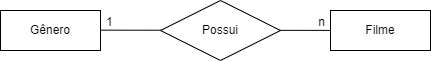
Earlier version of the draw.io export Diagramas/sprint-1-exercicio-1.0.drawio.png (MatheusMacedoDev/2023-S2-sprint-1-exercises). Source tidied: cells renumbered, new cells last; positions are measured from the earlier drawing's top-left corner, leaving out a move shared by most shapes. Source of this version:
```xml
<mxGraphModel>
  <root>
    <mxCell id="0" />
    <mxCell id="1" parent="0" />
    <mxCell id="2" value="Gênero" style="whiteSpace=wrap;html=1;align=center;" parent="1" vertex="1">
      <mxGeometry y="10" width="100" height="40" as="geometry" />
    </mxCell>
    <mxCell id="3" value="Filme" style="whiteSpace=wrap;html=1;align=center;" parent="1" vertex="1">
      <mxGeometry x="330" y="10" width="100" height="40" as="geometry" />
    </mxCell>
    <mxCell id="4" style="endArrow=none;html=1;rounded=0;entryX=0;entryY=0.5;entryDx=0;entryDy=0;" parent="1" edge="1">
      <mxGeometry relative="1" as="geometry">
        <mxPoint x="100" y="29.7" as="sourcePoint" />
        <mxPoint x="330" y="29.9" as="targetPoint" />
      </mxGeometry>
    </mxCell>
    <mxCell id="5" value="1" style="html=1;whiteSpace=wrap;align=left;verticalAlign=bottom;" parent="4" vertex="1">
      <mxGeometry x="-1" relative="1" as="geometry">
        <mxPoint x="4" as="offset" />
      </mxGeometry>
    </mxCell>
    <mxCell id="6" value="n" style="html=1;whiteSpace=wrap;align=right;verticalAlign=bottom;" parent="4" vertex="1">
      <mxGeometry x="1" relative="1" as="geometry">
        <mxPoint x="-4" as="offset" />
      </mxGeometry>
    </mxCell>
    <mxCell id="7" value="Possui" style="shape=rhombus;perimeter=rhombusPerimeter;whiteSpace=wrap;html=1;align=center;fillStyle=solid;" parent="1" vertex="1">
      <mxGeometry x="160" width="120" height="60" as="geometry" />
    </mxCell>
  </root>
</mxGraphModel>
```
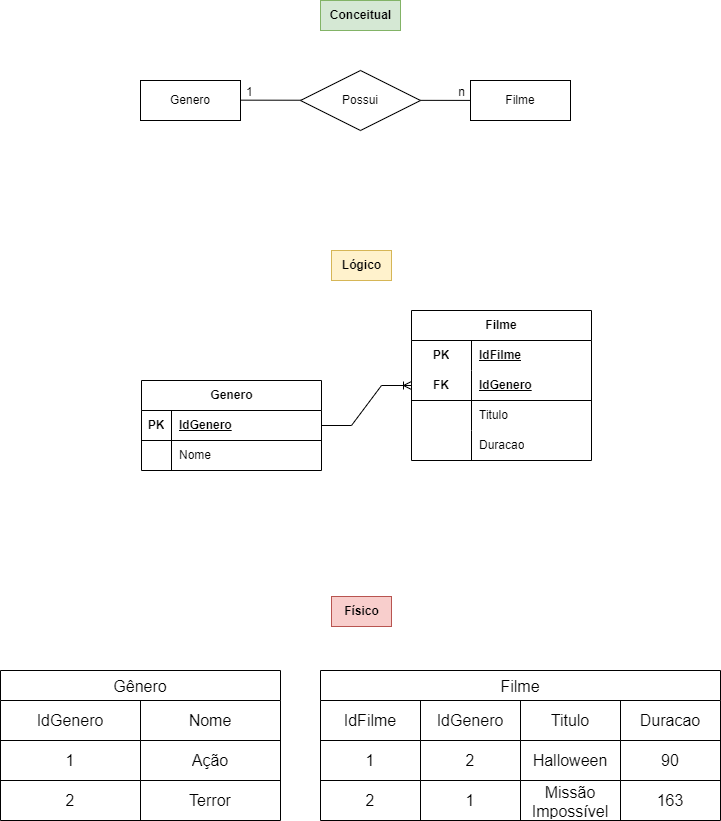
The same file after the commit.

Diff of the diagram source:
```diff
@@ -2,7 +2,7 @@
   <root>
     <mxCell id="0" />
     <mxCell id="1" parent="0" />
-    <mxCell id="2" value="Gênero" style="whiteSpace=wrap;html=1;align=center;" parent="1" vertex="1">
+    <mxCell id="2" value="Genero" style="whiteSpace=wrap;html=1;align=center;" parent="1" vertex="1">
       <mxGeometry y="10" width="100" height="40" as="geometry" />
     </mxCell>
     <mxCell id="3" value="Filme" style="whiteSpace=wrap;html=1;align=center;" parent="1" vertex="1">
@@ -27,5 +27,155 @@
     <mxCell id="7" value="Possui" style="shape=rhombus;perimeter=rhombusPerimeter;whiteSpace=wrap;html=1;align=center;fillStyle=solid;" parent="1" vertex="1">
       <mxGeometry x="160" width="120" height="60" as="geometry" />
     </mxCell>
+    <mxCell id="8" value="Filme" style="shape=table;startSize=30;rowLines=0;fontStyle=1;align=center;html=1;whiteSpace=wrap;" parent="1" vertex="1">
+      <mxGeometry x="271" y="240" width="180" height="150" as="geometry" />
+    </mxCell>
+    <mxCell id="9" style="shape=tableRow;horizontal=0;startSize=0;swimlaneHead=0;swimlaneBody=0;fillColor=none;top=0;left=0;right=0;bottom=0;html=1;" parent="8" vertex="1">
+      <mxGeometry y="30" width="180" height="30" as="geometry" />
+    </mxCell>
+    <mxCell id="10" value="PK" style="shape=partialRectangle;fillColor=none;top=0;left=0;bottom=0;right=0;fontStyle=1;overflow=hidden;html=1;whiteSpace=wrap;" parent="9" vertex="1">
+      <mxGeometry width="60" height="30" as="geometry" />
+    </mxCell>
+    <mxCell id="11" value="IdFilme" style="shape=partialRectangle;fillColor=none;top=0;left=0;bottom=0;right=0;align=left;spacingLeft=6;fontStyle=5;overflow=hidden;html=1;whiteSpace=wrap;" parent="9" vertex="1">
+      <mxGeometry x="60" width="120" height="30" as="geometry" />
+    </mxCell>
+    <mxCell id="12" style="shape=tableRow;horizontal=0;startSize=0;swimlaneHead=0;swimlaneBody=0;fillColor=none;points=[[0,0.5],[1,0.5]];portConstraint=eastwest;top=0;left=0;right=0;bottom=1;html=1;" parent="8" vertex="1">
+      <mxGeometry y="60" width="180" height="30" as="geometry" />
+    </mxCell>
+    <mxCell id="13" value="FK" style="shape=partialRectangle;fillColor=none;top=0;left=0;bottom=0;right=0;fontStyle=1;overflow=hidden;html=1;whiteSpace=wrap;" parent="12" vertex="1">
+      <mxGeometry width="60" height="30" as="geometry" />
+    </mxCell>
+    <mxCell id="14" value="IdGenero" style="shape=partialRectangle;fillColor=none;top=0;left=0;bottom=0;right=0;align=left;spacingLeft=6;fontStyle=5;overflow=hidden;html=1;whiteSpace=wrap;" parent="12" vertex="1">
+      <mxGeometry x="60" width="120" height="30" as="geometry" />
+    </mxCell>
+    <mxCell id="15" style="shape=tableRow;horizontal=0;startSize=0;swimlaneHead=0;swimlaneBody=0;fillColor=none;top=0;left=0;right=0;bottom=0;html=1;" parent="8" vertex="1">
+      <mxGeometry y="90" width="180" height="30" as="geometry" />
+    </mxCell>
+    <mxCell id="16" style="shape=partialRectangle;fillColor=none;top=0;left=0;bottom=0;right=0;overflow=hidden;html=1;whiteSpace=wrap;" parent="15" vertex="1">
+      <mxGeometry width="60" height="30" as="geometry" />
+    </mxCell>
+    <mxCell id="17" value="Titulo" style="shape=partialRectangle;fillColor=none;top=0;left=0;bottom=0;right=0;align=left;spacingLeft=6;overflow=hidden;html=1;whiteSpace=wrap;" parent="15" vertex="1">
+      <mxGeometry x="60" width="120" height="30" as="geometry" />
+    </mxCell>
+    <mxCell id="18" style="shape=tableRow;horizontal=0;startSize=0;swimlaneHead=0;swimlaneBody=0;fillColor=none;top=0;left=0;right=0;bottom=0;html=1;" parent="8" vertex="1">
+      <mxGeometry y="120" width="180" height="30" as="geometry" />
+    </mxCell>
+    <mxCell id="19" style="shape=partialRectangle;fillColor=none;top=0;left=0;bottom=0;right=0;overflow=hidden;html=1;whiteSpace=wrap;" parent="18" vertex="1">
+      <mxGeometry width="60" height="30" as="geometry" />
+    </mxCell>
+    <mxCell id="20" value="Duracao" style="shape=partialRectangle;fillColor=none;top=0;left=0;bottom=0;right=0;align=left;spacingLeft=6;overflow=hidden;html=1;whiteSpace=wrap;" parent="18" vertex="1">
+      <mxGeometry x="60" width="120" height="30" as="geometry" />
+    </mxCell>
+    <mxCell id="21" value="Genero" style="shape=table;startSize=30;rowLines=0;fontStyle=1;align=center;html=1;" parent="1" vertex="1">
+      <mxGeometry x="1" y="310" width="180" height="90" as="geometry" />
+    </mxCell>
+    <mxCell id="22" style="shape=tableRow;horizontal=0;startSize=0;swimlaneHead=0;swimlaneBody=0;fillColor=none;points=[[0,0.5],[1,0.5]];portConstraint=eastwest;top=0;left=0;right=0;bottom=1;" parent="21" vertex="1">
+      <mxGeometry y="30" width="180" height="30" as="geometry" />
+    </mxCell>
+    <mxCell id="23" value="PK" style="shape=partialRectangle;fillColor=none;top=0;left=0;bottom=0;right=0;fontStyle=1;overflow=hidden;whiteSpace=wrap;html=1;" parent="22" vertex="1">
+      <mxGeometry width="30" height="30" as="geometry" />
+    </mxCell>
+    <mxCell id="24" value="IdGenero" style="shape=partialRectangle;fillColor=none;top=0;left=0;bottom=0;right=0;align=left;spacingLeft=6;fontStyle=5;overflow=hidden;whiteSpace=wrap;html=1;" parent="22" vertex="1">
+      <mxGeometry x="30" width="150" height="30" as="geometry" />
+    </mxCell>
+    <mxCell id="25" style="shape=tableRow;horizontal=0;startSize=0;swimlaneHead=0;swimlaneBody=0;fillColor=none;top=0;left=0;right=0;bottom=0;" parent="21" vertex="1">
+      <mxGeometry y="60" width="180" height="30" as="geometry" />
+    </mxCell>
+    <mxCell id="26" style="shape=partialRectangle;fillColor=none;top=0;left=0;bottom=0;right=0;overflow=hidden;whiteSpace=wrap;html=1;" parent="25" vertex="1">
+      <mxGeometry width="30" height="30" as="geometry" />
+    </mxCell>
+    <mxCell id="27" value="Nome" style="shape=partialRectangle;fillColor=none;top=0;left=0;bottom=0;right=0;align=left;spacingLeft=6;overflow=hidden;whiteSpace=wrap;html=1;" parent="25" vertex="1">
+      <mxGeometry x="30" width="150" height="30" as="geometry" />
+    </mxCell>
+    <mxCell id="28" style="edgeStyle=entityRelationEdgeStyle;fontSize=12;html=1;endArrow=ERoneToMany;rounded=0;entryX=0;entryY=0.5;entryDx=0;entryDy=0;exitX=1;exitY=0.5;exitDx=0;exitDy=0;" parent="1" edge="1" source="22" target="12">
+      <mxGeometry relative="1" as="geometry" />
+    </mxCell>
+    <mxCell id="29" value="Conceitual" style="text;html=1;align=center;verticalAlign=middle;strokeColor=#82b366;fillColor=#d5e8d4;fontStyle=1;" parent="1" vertex="1">
+      <mxGeometry x="180" y="-70" width="80" height="30" as="geometry" />
+    </mxCell>
+    <mxCell id="30" value="Lógico" style="text;html=1;align=center;verticalAlign=middle;strokeColor=#d6b656;fillColor=#fff2cc;fontStyle=1;" parent="1" vertex="1">
+      <mxGeometry x="191" y="180" width="60" height="30" as="geometry" />
+    </mxCell>
+    <mxCell id="31" value="Físico" style="text;html=1;align=center;verticalAlign=middle;strokeColor=#b85450;fillColor=#f8cecc;fontStyle=1;" parent="1" vertex="1">
+      <mxGeometry x="191" y="526" width="60" height="30" as="geometry" />
+    </mxCell>
+    <mxCell id="32" value="Filme" style="shape=table;startSize=30;strokeColor=default;fontSize=16;" parent="1" vertex="1">
+      <mxGeometry x="180" y="600" width="400" height="150" as="geometry" />
+    </mxCell>
+    <mxCell id="33" style="shape=tableRow;horizontal=0;startSize=0;swimlaneHead=0;swimlaneBody=0;strokeColor=inherit;top=0;left=0;bottom=0;right=0;fillColor=none;fontSize=16;" parent="32" vertex="1">
+      <mxGeometry y="30" width="400" height="40" as="geometry" />
+    </mxCell>
+    <mxCell id="34" value="IdFilme" style="shape=partialRectangle;html=1;whiteSpace=wrap;strokeColor=inherit;overflow=hidden;fillColor=none;top=0;left=0;bottom=0;right=0;fontSize=16;" parent="33" vertex="1">
+      <mxGeometry width="100" height="40" as="geometry" />
+    </mxCell>
+    <mxCell id="35" value="IdGenero" style="shape=partialRectangle;html=1;whiteSpace=wrap;strokeColor=inherit;overflow=hidden;fillColor=none;top=0;left=0;bottom=0;right=0;fontSize=16;" parent="33" vertex="1">
+      <mxGeometry x="100" width="100" height="40" as="geometry" />
+    </mxCell>
+    <mxCell id="36" value="Titulo" style="shape=partialRectangle;html=1;whiteSpace=wrap;strokeColor=inherit;overflow=hidden;fillColor=none;top=0;left=0;bottom=0;right=0;fontSize=16;" parent="33" vertex="1">
+      <mxGeometry x="200" width="100" height="40" as="geometry" />
+    </mxCell>
+    <mxCell id="37" value="Duracao" style="shape=partialRectangle;html=1;whiteSpace=wrap;strokeColor=inherit;overflow=hidden;fillColor=none;top=0;left=0;bottom=0;right=0;fontSize=16;" parent="33" vertex="1">
+      <mxGeometry x="300" width="100" height="40" as="geometry" />
+    </mxCell>
+    <mxCell id="38" style="shape=tableRow;horizontal=0;startSize=0;swimlaneHead=0;swimlaneBody=0;strokeColor=inherit;top=0;left=0;bottom=0;right=0;fillColor=none;fontSize=16;" parent="32" vertex="1">
+      <mxGeometry y="70" width="400" height="40" as="geometry" />
+    </mxCell>
+    <mxCell id="39" value="1" style="shape=partialRectangle;html=1;whiteSpace=wrap;strokeColor=inherit;overflow=hidden;fillColor=none;top=0;left=0;bottom=0;right=0;fontSize=16;" parent="38" vertex="1">
+      <mxGeometry width="100" height="40" as="geometry" />
+    </mxCell>
+    <mxCell id="40" value="2" style="shape=partialRectangle;html=1;whiteSpace=wrap;strokeColor=inherit;overflow=hidden;fillColor=none;top=0;left=0;bottom=0;right=0;fontSize=16;" parent="38" vertex="1">
+      <mxGeometry x="100" width="100" height="40" as="geometry" />
+    </mxCell>
+    <mxCell id="41" value="Halloween" style="shape=partialRectangle;html=1;whiteSpace=wrap;strokeColor=inherit;overflow=hidden;fillColor=none;top=0;left=0;bottom=0;right=0;fontSize=16;" parent="38" vertex="1">
+      <mxGeometry x="200" width="100" height="40" as="geometry" />
+    </mxCell>
+    <mxCell id="42" value="90" style="shape=partialRectangle;html=1;whiteSpace=wrap;strokeColor=inherit;overflow=hidden;fillColor=none;top=0;left=0;bottom=0;right=0;fontSize=16;" parent="38" vertex="1">
+      <mxGeometry x="300" width="100" height="40" as="geometry" />
+    </mxCell>
+    <mxCell id="43" style="shape=tableRow;horizontal=0;startSize=0;swimlaneHead=0;swimlaneBody=0;strokeColor=inherit;top=0;left=0;bottom=0;right=0;fillColor=none;fontSize=16;" parent="32" vertex="1">
+      <mxGeometry y="110" width="400" height="40" as="geometry" />
+    </mxCell>
+    <mxCell id="44" value="2" style="shape=partialRectangle;html=1;whiteSpace=wrap;strokeColor=inherit;overflow=hidden;fillColor=none;top=0;left=0;bottom=0;right=0;fontSize=16;" parent="43" vertex="1">
+      <mxGeometry width="100" height="40" as="geometry" />
+    </mxCell>
+    <mxCell id="45" value="1" style="shape=partialRectangle;html=1;whiteSpace=wrap;strokeColor=inherit;overflow=hidden;fillColor=none;top=0;left=0;bottom=0;right=0;fontSize=16;" parent="43" vertex="1">
+      <mxGeometry x="100" width="100" height="40" as="geometry" />
+    </mxCell>
+    <mxCell id="46" value="Missão Impossível" style="shape=partialRectangle;html=1;whiteSpace=wrap;strokeColor=inherit;overflow=hidden;fillColor=none;top=0;left=0;bottom=0;right=0;fontSize=16;" parent="43" vertex="1">
+      <mxGeometry x="200" width="100" height="40" as="geometry" />
+    </mxCell>
+    <mxCell id="47" value="163" style="shape=partialRectangle;html=1;whiteSpace=wrap;strokeColor=inherit;overflow=hidden;fillColor=none;top=0;left=0;bottom=0;right=0;fontSize=16;" parent="43" vertex="1">
+      <mxGeometry x="300" width="100" height="40" as="geometry" />
+    </mxCell>
+    <mxCell id="48" value="Gênero" style="shape=table;startSize=30;strokeColor=default;fontSize=16;" parent="1" vertex="1">
+      <mxGeometry x="-140" y="600" width="280" height="150" as="geometry" />
+    </mxCell>
+    <mxCell id="49" style="shape=tableRow;horizontal=0;startSize=0;swimlaneHead=0;swimlaneBody=0;strokeColor=inherit;top=0;left=0;bottom=0;right=0;fillColor=none;fontSize=16;" parent="48" vertex="1">
+      <mxGeometry y="30" width="280" height="40" as="geometry" />
+    </mxCell>
+    <mxCell id="50" value="IdGenero" style="shape=partialRectangle;html=1;whiteSpace=wrap;strokeColor=inherit;overflow=hidden;fillColor=none;top=0;left=0;bottom=0;right=0;fontSize=16;" parent="49" vertex="1">
+      <mxGeometry width="140" height="40" as="geometry" />
+    </mxCell>
+    <mxCell id="51" value="Nome" style="shape=partialRectangle;html=1;whiteSpace=wrap;strokeColor=inherit;overflow=hidden;fillColor=none;top=0;left=0;bottom=0;right=0;fontSize=16;" parent="49" vertex="1">
+      <mxGeometry x="140" width="140" height="40" as="geometry" />
+    </mxCell>
+    <mxCell id="52" style="shape=tableRow;horizontal=0;startSize=0;swimlaneHead=0;swimlaneBody=0;strokeColor=inherit;top=0;left=0;bottom=0;right=0;fillColor=none;fontSize=16;" parent="48" vertex="1">
+      <mxGeometry y="70" width="280" height="40" as="geometry" />
+    </mxCell>
+    <mxCell id="53" value="1" style="shape=partialRectangle;html=1;whiteSpace=wrap;strokeColor=inherit;overflow=hidden;fillColor=none;top=0;left=0;bottom=0;right=0;fontSize=16;" parent="52" vertex="1">
+      <mxGeometry width="140" height="40" as="geometry" />
+    </mxCell>
+    <mxCell id="54" value="Ação" style="shape=partialRectangle;html=1;whiteSpace=wrap;strokeColor=inherit;overflow=hidden;fillColor=none;top=0;left=0;bottom=0;right=0;fontSize=16;" parent="52" vertex="1">
+      <mxGeometry x="140" width="140" height="40" as="geometry" />
+    </mxCell>
+    <mxCell id="55" style="shape=tableRow;horizontal=0;startSize=0;swimlaneHead=0;swimlaneBody=0;strokeColor=inherit;top=0;left=0;bottom=0;right=0;fillColor=none;fontSize=16;" parent="48" vertex="1">
+      <mxGeometry y="110" width="280" height="40" as="geometry" />
+    </mxCell>
+    <mxCell id="56" value="2" style="shape=partialRectangle;html=1;whiteSpace=wrap;strokeColor=inherit;overflow=hidden;fillColor=none;top=0;left=0;bottom=0;right=0;fontSize=16;" parent="55" vertex="1">
+      <mxGeometry width="140" height="40" as="geometry" />
+    </mxCell>
+    <mxCell id="57" value="Terror" style="shape=partialRectangle;html=1;whiteSpace=wrap;strokeColor=inherit;overflow=hidden;fillColor=none;top=0;left=0;bottom=0;right=0;fontSize=16;" parent="55" vertex="1">
+      <mxGeometry x="140" width="140" height="40" as="geometry" />
+    </mxCell>
   </root>
 </mxGraphModel>
```
